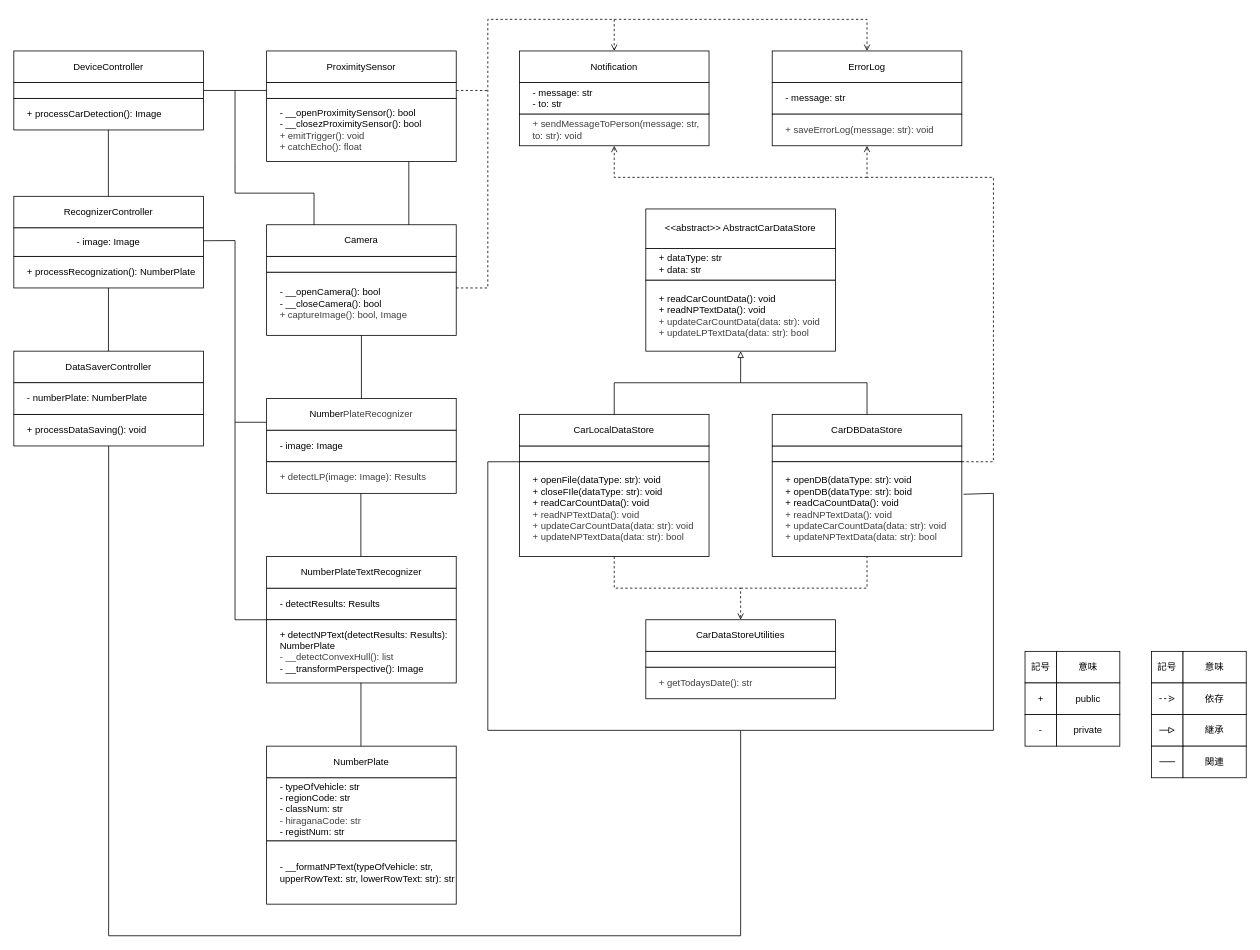
The draw.io diagram page "入口用" (1 of 2) of uml/class_diagram.drawio in kokoa454/ANPR_JP, before the edit. Source tidied: cells renumbered, new cells numbered last; positions are measured from the earlier drawing's top-left corner, leaving out a move shared by most shapes. Both pictures are drawn from the tidied source at 79%, with x=0, y=0 at pixel (13, 19).
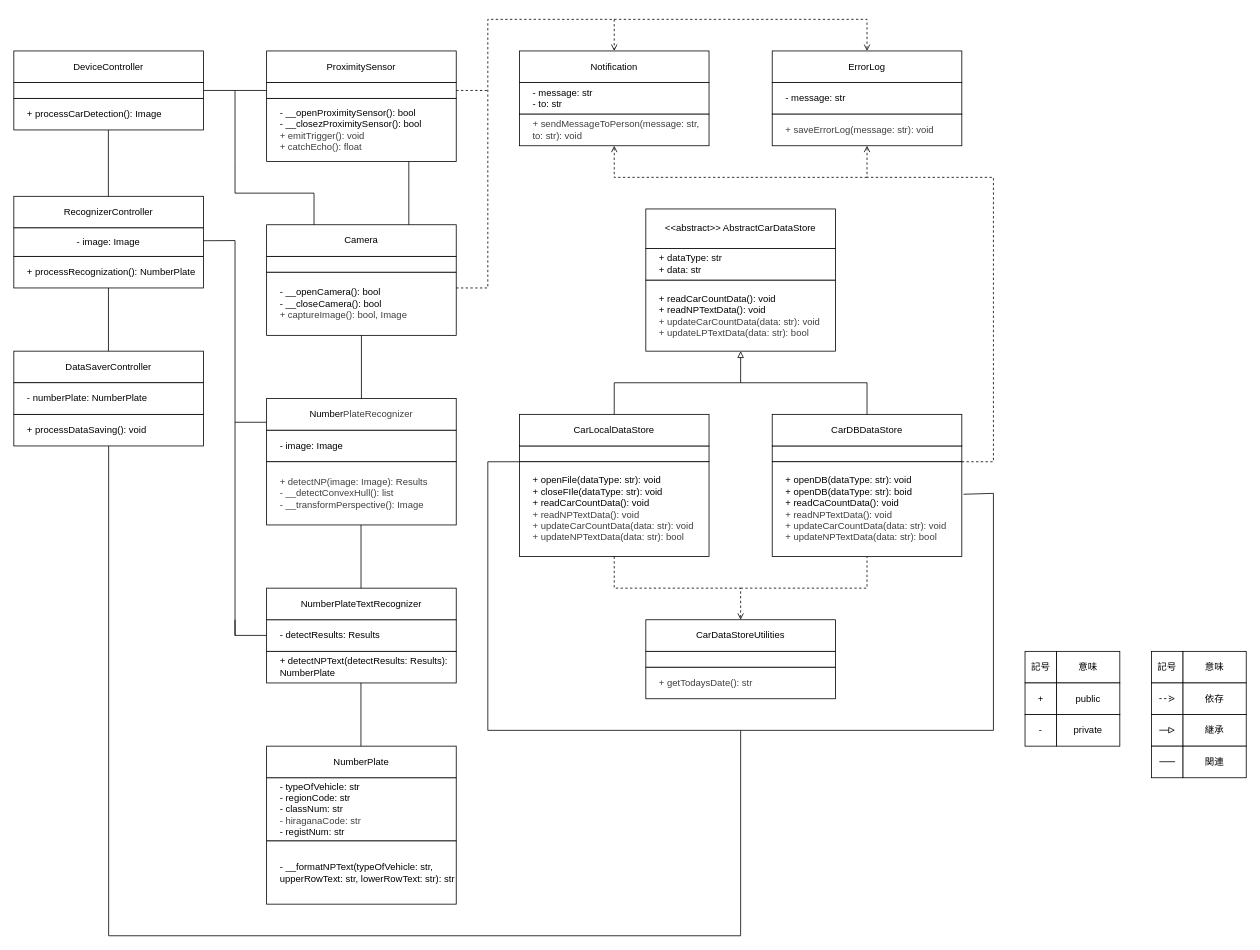
The same diagram, later.

Commit message (it also covers changes not shown here):
fix: update number plate instance logic; docs: update class diagram; add: NumberPlateRecognizer.py

The change refers to these unchanged cells:
```xml
<mxCell id="63" value="- image: Image" style="rounded=0;whiteSpace=wrap;html=1;" parent="1" vertex="1">
  <mxGeometry y="264" width="240" height="36" as="geometry" />
</mxCell>
```

The edit, as a diff of the source:
```diff
@@
-    <mxCell id="18" value="&lt;div&gt;&lt;span style=&quot;color: rgb(63, 63, 63); background-color: transparent;&quot;&gt;+ detectLP(image: Image): Results&lt;/span&gt;&lt;/div&gt;" style="rounded=0;whiteSpace=wrap;html=1;align=left;spacingLeft=15;" parent="1" vertex="1">
-      <mxGeometry x="320" y="560" width="240" height="40" as="geometry" />
+    <mxCell id="18" value="&lt;div&gt;&lt;span style=&quot;color: rgb(63, 63, 63); background-color: transparent;&quot;&gt;+ detectNP(image: Image): Results&lt;/span&gt;&lt;/div&gt;&lt;div&gt;&lt;span style=&quot;color: rgb(63, 63, 63); background-color: transparent;&quot;&gt;&lt;div style=&quot;color: rgb(63, 63, 63); scrollbar-color: rgb(226, 226, 226) rgb(251, 251, 251);&quot;&gt;&lt;span style=&quot;scrollbar-color: rgb(226, 226, 226) rgb(251, 251, 251); background-color: transparent; color: rgb(63, 63, 63);&quot;&gt;- __detectConvexHull(): list&lt;/span&gt;&lt;/div&gt;&lt;div style=&quot;color: rgb(63, 63, 63); scrollbar-color: rgb(226, 226, 226) rgb(251, 251, 251);&quot;&gt;- __transformPerspective(): Image&lt;/div&gt;&lt;/span&gt;&lt;/div&gt;" style="rounded=0;whiteSpace=wrap;html=1;align=left;spacingLeft=15;" parent="1" vertex="1">
+      <mxGeometry x="320" y="560" width="240" height="80" as="geometry" />
     </mxCell>
     <mxCell id="19" value="- detectResults: Results" style="rounded=0;whiteSpace=wrap;html=1;align=left;spacingLeft=15;" parent="1" vertex="1">
-      <mxGeometry x="320" y="720" width="240" height="40" as="geometry" />
+      <mxGeometry x="320" y="760" width="240" height="40" as="geometry" />
     </mxCell>
     <mxCell id="20" value="NumberPlateTextRecognizer" style="rounded=0;whiteSpace=wrap;html=1;" parent="1" vertex="1">
-      <mxGeometry x="320" y="680" width="240" height="40" as="geometry" />
+      <mxGeometry x="320" y="720" width="240" height="40" as="geometry" />
     </mxCell>
-    <mxCell id="21" value="&lt;div&gt;+ detectNPText(detectResults: Results): NumberPlate&lt;/div&gt;&lt;div&gt;&lt;span style=&quot;color: rgb(63, 63, 63); background-color: transparent;&quot;&gt;- __detectConvexHull(): list&lt;/span&gt;&lt;/div&gt;&lt;div&gt;- __transformPerspective(): Image&lt;/div&gt;" style="rounded=0;whiteSpace=wrap;html=1;align=left;spacingLeft=15;" parent="1" vertex="1">
-      <mxGeometry x="320" y="760" width="240" height="80" as="geometry" />
+    <mxCell id="21" value="&lt;div&gt;+ detectNPText(detectResults: Results): NumberPlate&lt;/div&gt;" style="rounded=0;whiteSpace=wrap;html=1;align=left;spacingLeft=15;" parent="1" vertex="1">
+      <mxGeometry x="320" y="800" width="240" height="40" as="geometry" />
     </mxCell>
@@
     <mxCell id="55" style="endArrow=none;html=1;exitX=0.5;exitY=0;exitDx=0;exitDy=0;" parent="1" edge="1">
       <mxGeometry relative="1" as="geometry">
-        <mxPoint x="439.3" y="680" as="sourcePoint" />
-        <mxPoint x="439.3" y="600" as="targetPoint" />
+        <mxPoint x="439.5" y="720" as="sourcePoint" />
+        <mxPoint x="439.5" y="640" as="targetPoint" />
       </mxGeometry>
     </mxCell>
@@
     <mxCell id="64" style="endArrow=none;html=1;entryX=0.999;entryY=0.451;entryDx=0;entryDy=0;entryPerimeter=0;rounded=0;curved=0;" parent="1" edge="1" target="63">
       <mxGeometry relative="1" as="geometry">
         <mxPoint x="280" y="760" as="sourcePoint" />
         <Array as="points">
+          <mxPoint x="280" y="780" />
           <mxPoint x="280" y="280" />
         </Array>
       </mxGeometry>
     </mxCell>
@@
-    <mxCell id="66" style="endArrow=none;html=1;entryX=0;entryY=0;entryDx=0;entryDy=0;" parent="1" edge="1" target="21">
+    <mxCell id="66" style="endArrow=none;html=1;entryX=0;entryY=0;entryDx=0;entryDy=0;" parent="1" edge="1">
       <mxGeometry relative="1" as="geometry">
-        <mxPoint x="280" y="760" as="sourcePoint" />
+        <mxPoint x="280" y="779.8" as="sourcePoint" />
+        <mxPoint x="320" y="779.8" as="targetPoint" />
       </mxGeometry>
     </mxCell>
```
